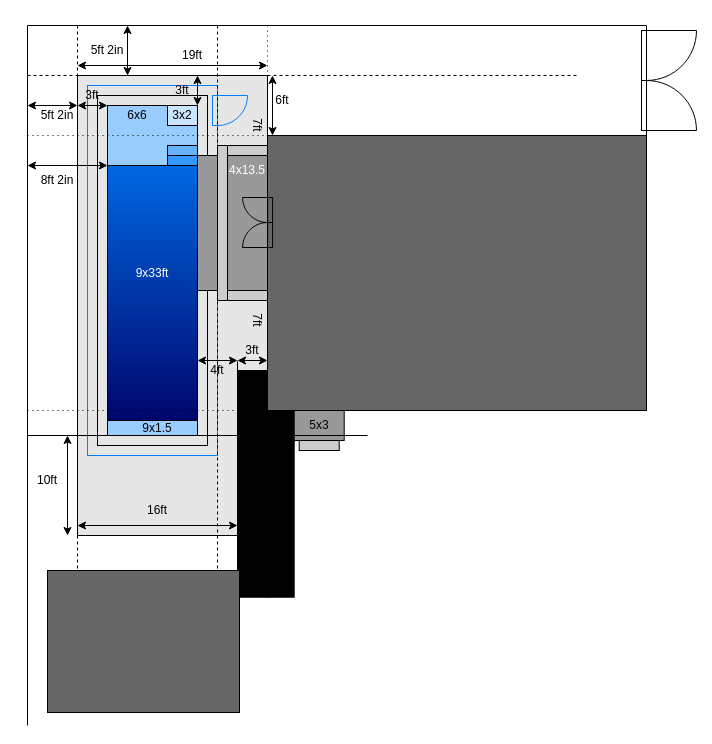
Before: PoolPlanRedesign.drawio in hikumealan/draw-io-diagrams, a draw.io diagram. Source tidied: cells renumbered, new cells numbered last; positions are measured from the earlier drawing's top-left corner, leaving out a move shared by most shapes. Both pictures are drawn from the tidied source at 100%, with x=0, y=0 at pixel (17, 25).
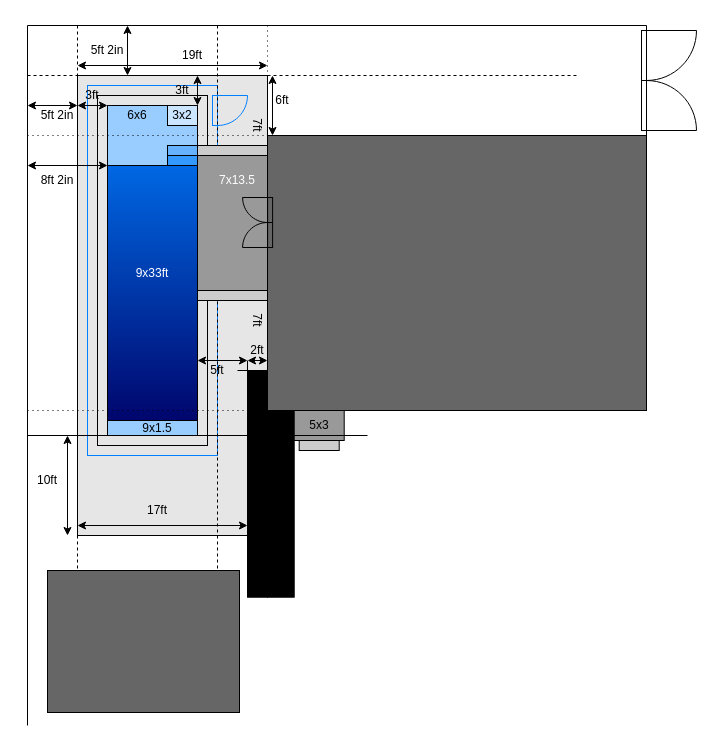
The same diagram, later.

Change to the diagram source:
```diff
@@
     <mxCell id="22" style="endArrow=none;html=1;rounded=0;" parent="1" edge="1">
       <mxGeometry relative="1" as="geometry">
-        <mxPoint x="220" y="335" as="sourcePoint" />
-        <mxPoint x="220" y="510" as="targetPoint" />
+        <mxPoint x="230" y="335" as="sourcePoint" />
+        <mxPoint x="230" y="510" as="targetPoint" />
       </mxGeometry>
     </mxCell>
@@
     <mxCell id="36" style="rounded=0;whiteSpace=wrap;html=1;fontColor=#FFFFFF;strokeColor=#000000;fillColor=#000000;gradientColor=none;" parent="1" vertex="1">
-      <mxGeometry x="220" y="345" width="30" height="226.7" as="geometry" />
+      <mxGeometry x="230" y="345" width="20" height="226.7" as="geometry" />
     </mxCell>
@@
     <mxCell id="54" style="endArrow=classic;startArrow=classic;html=1;rounded=0;fontColor=#FFFFFF;fontStyle=1;" parent="1" edge="1">
       <mxGeometry relative="1" as="geometry">
         <mxPoint x="180" y="335" as="sourcePoint" />
-        <mxPoint x="220" y="335" as="targetPoint" />
+        <mxPoint x="230" y="335" as="targetPoint" />
       </mxGeometry>
     </mxCell>
-    <mxCell id="55" value="4ft" style="text;html=1;strokeColor=none;fillColor=none;align=center;verticalAlign=middle;whiteSpace=wrap;rounded=0;" parent="1" vertex="1">
+    <mxCell id="55" value="5ft" style="text;html=1;strokeColor=none;fillColor=none;align=center;verticalAlign=middle;whiteSpace=wrap;rounded=0;" parent="1" vertex="1">
       <mxGeometry x="170" y="330" width="60" height="30" as="geometry" />
     </mxCell>
     <mxCell id="56" style="endArrow=classic;startArrow=classic;html=1;rounded=0;fontColor=#FFFFFF;" parent="1" edge="1">
       <mxGeometry relative="1" as="geometry">
         <mxPoint x="60" y="500" as="sourcePoint" />
-        <mxPoint x="220" y="500" as="targetPoint" />
+        <mxPoint x="230" y="500" as="targetPoint" />
       </mxGeometry>
     </mxCell>
-    <mxCell id="57" value="16ft" style="text;html=1;strokeColor=none;fillColor=none;align=center;verticalAlign=middle;whiteSpace=wrap;rounded=0;" parent="1" vertex="1">
+    <mxCell id="57" value="17ft" style="text;html=1;strokeColor=none;fillColor=none;align=center;verticalAlign=middle;whiteSpace=wrap;rounded=0;" parent="1" vertex="1">
       <mxGeometry x="110" y="470" width="60" height="30" as="geometry" />
     </mxCell>
     <mxCell id="58" style="endArrow=classic;startArrow=classic;html=1;rounded=0;fontColor=#FFFFFF;fontStyle=1;" parent="1" edge="1">
       <mxGeometry relative="1" as="geometry">
-        <mxPoint x="220" y="335" as="sourcePoint" />
+        <mxPoint x="230" y="335" as="sourcePoint" />
         <mxPoint x="250" y="335" as="targetPoint" />
       </mxGeometry>
     </mxCell>
-    <mxCell id="59" value="3ft" style="text;html=1;strokeColor=none;fillColor=none;align=center;verticalAlign=middle;whiteSpace=wrap;rounded=0;" parent="1" vertex="1">
-      <mxGeometry x="205" y="310" width="60" height="30" as="geometry" />
+    <mxCell id="59" value="2ft" style="text;html=1;strokeColor=none;fillColor=none;align=center;verticalAlign=middle;whiteSpace=wrap;rounded=0;" parent="1" vertex="1">
+      <mxGeometry x="210" y="310" width="60" height="30" as="geometry" />
     </mxCell>
@@
     <mxCell id="64" style="rounded=0;whiteSpace=wrap;html=1;fillColor=#CCCCCC;gradientColor=none;" parent="1" vertex="1">
-      <mxGeometry x="210" y="120" width="40" height="10" as="geometry" />
+      <mxGeometry x="180" y="120" width="70" height="10" as="geometry" />
     </mxCell>
     <mxCell id="65" style="rounded=0;whiteSpace=wrap;html=1;fillColor=#CCCCCC;gradientColor=none;" parent="1" vertex="1">
-      <mxGeometry x="210" y="265" width="40" height="10" as="geometry" />
+      <mxGeometry x="180" y="265" width="70" height="10" as="geometry" />
     </mxCell>
@@
-    <mxCell id="68" value="&lt;font color=&quot;#ffffff&quot;&gt;4x13.5&lt;/font&gt;" style="text;html=1;strokeColor=none;fillColor=none;align=center;verticalAlign=middle;whiteSpace=wrap;rounded=0;rotation=0;" parent="1" vertex="1">
-      <mxGeometry x="200" y="130" width="60" height="30" as="geometry" />
+    <mxCell id="68" value="&lt;font color=&quot;#ffffff&quot;&gt;7x13.5&lt;/font&gt;" style="text;html=1;strokeColor=none;fillColor=none;align=center;verticalAlign=middle;whiteSpace=wrap;rounded=0;rotation=0;" parent="1" vertex="1">
+      <mxGeometry x="190" y="140" width="60" height="30" as="geometry" />
     </mxCell>
-    <mxCell id="69" style="rounded=0;whiteSpace=wrap;html=1;fillColor=#CCCCCC;gradientColor=none;" parent="1" vertex="1">
-      <mxGeometry x="200" y="120" width="10" height="155" as="geometry" />
-    </mxCell>
```
